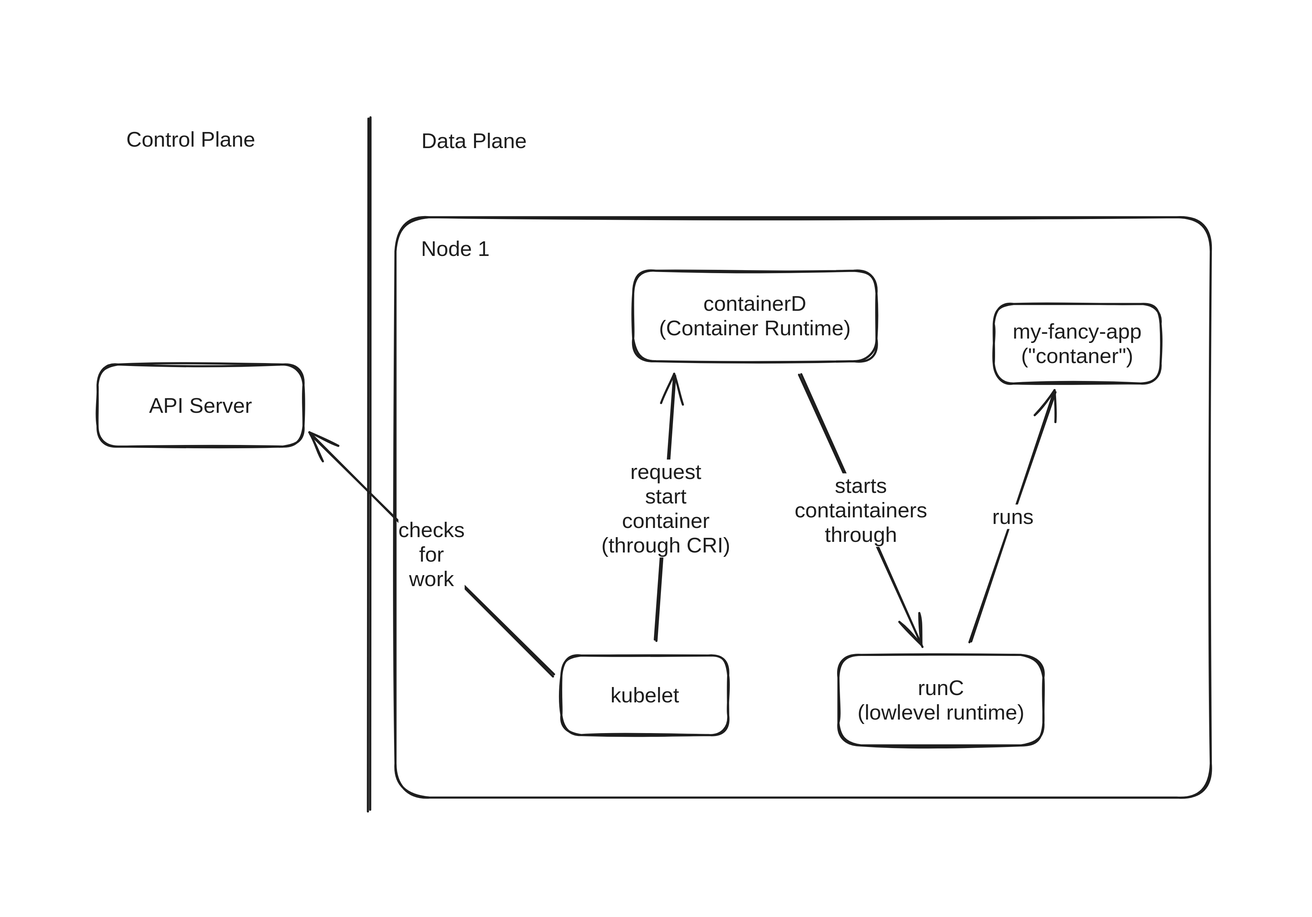
Earlier version of the Excalidraw export presentation/public/kubernetes_overview_node.excalidraw.svg (patrickpichler/beesting_talk). Source tidied: one line per element, renumbered; positions are measured from the earlier drawing's top-left corner, leaving out a move shared by most shapes. The source it was exported from:
```json
{"id": 0, "type": "line", "strokeColor": "#1e1e1e", "strokeWidth": 2, "roughness": 1, "round": true, "x": 337, "y": 102, "width": 0, "height": 650, "points": [[0, 0], [0, 650]]}
{"id": 1, "type": "text", "text": "Control Plane", "strokeColor": "#1e1e1e", "strokeWidth": 2, "roughness": 1, "fontSize": 20, "fontFamily": 2, "x": 109, "y": 110, "width": 121, "height": 23}
{"id": 2, "type": "text", "text": "Data Plane", "strokeColor": "#1e1e1e", "strokeWidth": 2, "roughness": 1, "fontSize": 20, "fontFamily": 2, "x": 386, "y": 111, "width": 99, "height": 23}
{"id": 3, "type": "rectangle", "strokeColor": "transparent", "strokeWidth": 2, "roughness": 1, "round": true, "x": 0, "y": 0, "width": 1212, "height": 841}
{"id": 4, "type": "rectangle", "strokeColor": "#1e1e1e", "strokeWidth": 2, "roughness": 1, "round": true, "x": 82, "y": 332, "width": 193, "height": 77}
{"id": 5, "type": "text", "text": "API Server", "strokeColor": "#1e1e1e", "strokeWidth": 2, "roughness": 1, "fontSize": 20, "fontFamily": 2, "textAlign": "center", "verticalAlign": "middle", "inside": 4, "x": 130, "y": 359, "width": 97, "height": 23}
{"id": 6, "type": "rectangle", "strokeColor": "#1e1e1e", "strokeWidth": 2, "roughness": 1, "round": true, "x": 362, "y": 194, "width": 766, "height": 545}
{"id": 7, "type": "text", "text": "Node 1", "strokeColor": "#1e1e1e", "strokeWidth": 2, "roughness": 1, "fontSize": 20, "fontFamily": 2, "x": 385, "y": 212, "width": 64, "height": 23}
{"id": 8, "type": "rectangle", "strokeColor": "#1e1e1e", "strokeWidth": 2, "roughness": 1, "round": true, "x": 517, "y": 606, "width": 157, "height": 75}
{"id": 9, "type": "text", "text": "kubelet", "strokeColor": "#1e1e1e", "strokeWidth": 2, "roughness": 1, "fontSize": 20, "fontFamily": 2, "textAlign": "center", "verticalAlign": "middle", "inside": 8, "x": 563, "y": 631, "width": 64, "height": 23}
{"id": 10, "type": "rectangle", "strokeColor": "#1e1e1e", "strokeWidth": 2, "roughness": 1, "round": true, "x": 923, "y": 275, "width": 157, "height": 75}
{"id": 11, "type": "text", "text": "my-fancy-app\n(\"contaner\")", "strokeColor": "#1e1e1e", "strokeWidth": 2, "roughness": 1, "fontSize": 20, "fontFamily": 2, "textAlign": "center", "verticalAlign": "middle", "inside": 10, "x": 941, "y": 290, "width": 121, "height": 46}
{"id": 12, "type": "arrow", "strokeColor": "#1e1e1e", "strokeWidth": 2, "roughness": 1, "endArrowhead": "arrow", "round": true, "from": 8, "to": 16, "x": 607, "y": 592, "width": 17, "height": 250, "points": [[0, 0], [17, -250]]}
{"id": 13, "type": "text", "text": "request\nstart\ncontainer\n(through CRI)", "strokeColor": "#1e1e1e", "strokeWidth": 2, "roughness": 1, "fontSize": 20, "fontFamily": 2, "textAlign": "center", "verticalAlign": "middle", "inside": 12, "x": 555, "y": 422, "width": 121, "height": 92}
{"id": 14, "type": "arrow", "strokeColor": "#1e1e1e", "strokeWidth": 2, "roughness": 1, "endArrowhead": "arrow", "round": true, "from": 8, "to": 4, "x": 509, "y": 624, "width": 228, "height": 227, "points": [[0, 0], [-228, -227]]}
{"id": 15, "type": "text", "text": "checks\nfor\nwork", "strokeColor": "#1e1e1e", "strokeWidth": 2, "roughness": 1, "fontSize": 20, "fontFamily": 2, "textAlign": "center", "verticalAlign": "middle", "inside": 14, "x": 364, "y": 476, "width": 62, "height": 69}
{"id": 16, "type": "rectangle", "strokeColor": "#1e1e1e", "strokeWidth": 2, "roughness": 1, "round": true, "x": 585, "y": 244, "width": 229, "height": 85}
{"id": 17, "type": "text", "text": "containerD\n(Container Runtime)", "strokeColor": "#1e1e1e", "strokeWidth": 2, "roughness": 1, "fontSize": 20, "fontFamily": 2, "textAlign": "center", "verticalAlign": "middle", "inside": 16, "x": 609, "y": 264, "width": 180, "height": 46}
{"id": 18, "type": "rectangle", "strokeColor": "#1e1e1e", "strokeWidth": 2, "roughness": 1, "round": true, "x": 778, "y": 605, "width": 193, "height": 85}
{"id": 19, "type": "text", "text": "runC\n(lowlevel runtime)", "strokeColor": "#1e1e1e", "strokeWidth": 2, "roughness": 1, "fontSize": 20, "fontFamily": 2, "textAlign": "center", "verticalAlign": "middle", "inside": 18, "x": 796, "y": 625, "width": 157, "height": 46}
{"id": 20, "type": "arrow", "strokeColor": "#1e1e1e", "strokeWidth": 2, "roughness": 1, "endArrowhead": "arrow", "round": true, "from": 18, "to": 10, "x": 902, "y": 593, "width": 80, "height": 235, "points": [[0, 0], [80, -235]]}
{"id": 21, "type": "text", "text": "runs", "strokeColor": "#1e1e1e", "strokeWidth": 2, "roughness": 1, "fontSize": 20, "fontFamily": 2, "textAlign": "center", "verticalAlign": "middle", "inside": 20, "x": 922, "y": 464, "width": 39, "height": 23}
{"id": 22, "type": "arrow", "strokeColor": "#1e1e1e", "strokeWidth": 2, "roughness": 1, "endArrowhead": "arrow", "round": true, "from": 16, "to": 18, "x": 741, "y": 341, "width": 116, "height": 256, "points": [[0, 0], [116, 256]]}
{"id": 23, "type": "text", "text": "starts\ncontaintainers\nthrough", "strokeColor": "#1e1e1e", "strokeWidth": 2, "roughness": 1, "fontSize": 20, "fontFamily": 2, "textAlign": "center", "verticalAlign": "middle", "inside": 22, "x": 736, "y": 434, "width": 125, "height": 69}
```
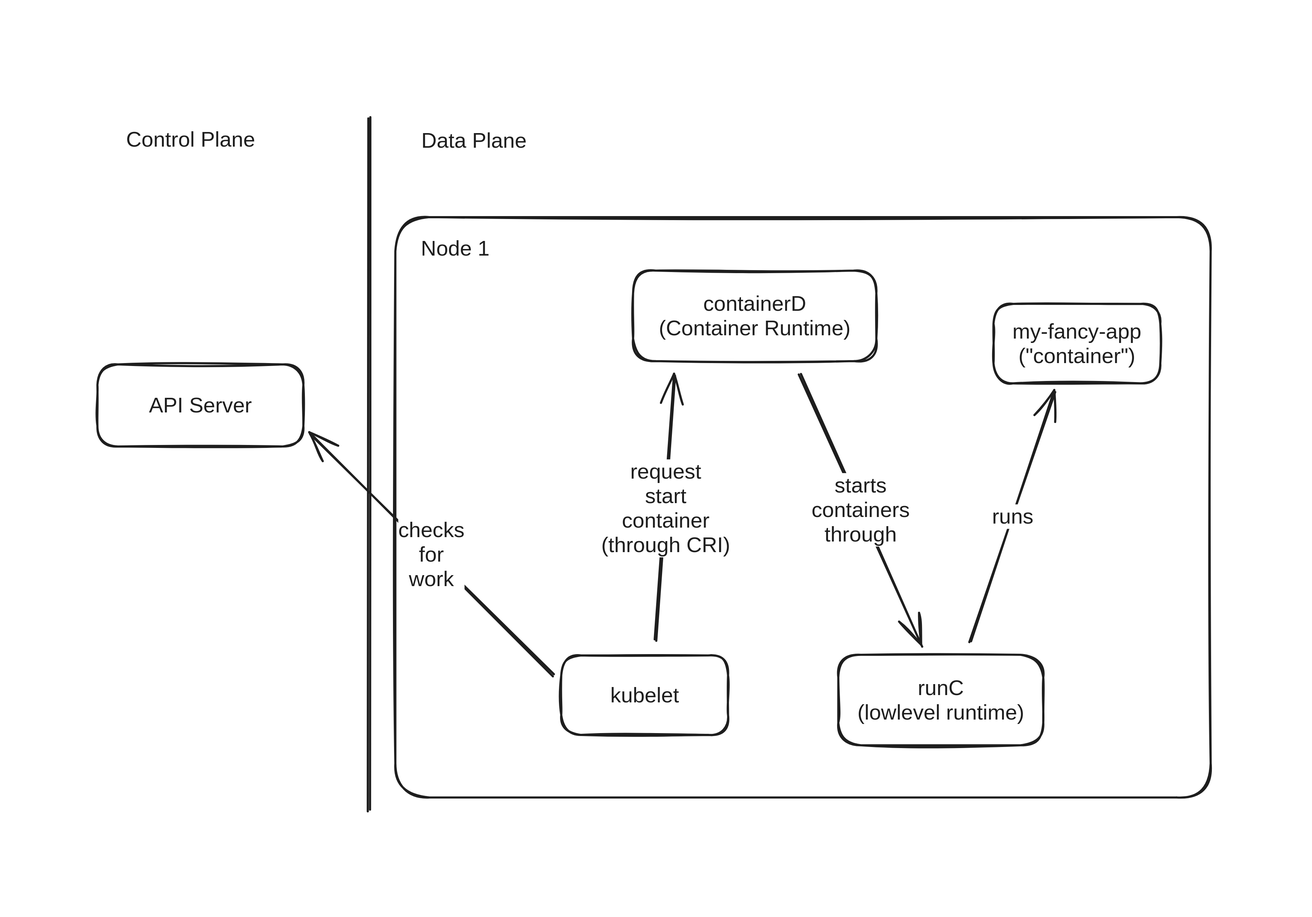
After the change.

Change to the diagram source:
```diff
@@ -9,7 +9,7 @@
 {"id": 8, "type": "rectangle", "strokeColor": "#1e1e1e", "strokeWidth": 2, "roughness": 1, "round": true, "x": 517, "y": 606, "width": 157, "height": 75}
 {"id": 9, "type": "text", "text": "kubelet", "strokeColor": "#1e1e1e", "strokeWidth": 2, "roughness": 1, "fontSize": 20, "fontFamily": 2, "textAlign": "center", "verticalAlign": "middle", "inside": 8, "x": 563, "y": 631, "width": 64, "height": 23}
 {"id": 10, "type": "rectangle", "strokeColor": "#1e1e1e", "strokeWidth": 2, "roughness": 1, "round": true, "x": 923, "y": 275, "width": 157, "height": 75}
-{"id": 11, "type": "text", "text": "my-fancy-app\n(\"contaner\")", "strokeColor": "#1e1e1e", "strokeWidth": 2, "roughness": 1, "fontSize": 20, "fontFamily": 2, "textAlign": "center", "verticalAlign": "middle", "inside": 10, "x": 941, "y": 290, "width": 121, "height": 46}
+{"id": 11, "type": "text", "text": "my-fancy-app\n(\"container\")", "strokeColor": "#1e1e1e", "strokeWidth": 2, "roughness": 1, "fontSize": 20, "fontFamily": 2, "textAlign": "center", "verticalAlign": "middle", "inside": 10, "x": 941, "y": 290, "width": 121, "height": 46}
 {"id": 12, "type": "arrow", "strokeColor": "#1e1e1e", "strokeWidth": 2, "roughness": 1, "endArrowhead": "arrow", "round": true, "from": 8, "to": 16, "x": 607, "y": 592, "width": 17, "height": 250, "points": [[0, 0], [17, -250]]}
 {"id": 13, "type": "text", "text": "request\nstart\ncontainer\n(through CRI)", "strokeColor": "#1e1e1e", "strokeWidth": 2, "roughness": 1, "fontSize": 20, "fontFamily": 2, "textAlign": "center", "verticalAlign": "middle", "inside": 12, "x": 555, "y": 422, "width": 121, "height": 92}
 {"id": 14, "type": "arrow", "strokeColor": "#1e1e1e", "strokeWidth": 2, "roughness": 1, "endArrowhead": "arrow", "round": true, "from": 8, "to": 4, "x": 509, "y": 624, "width": 228, "height": 227, "points": [[0, 0], [-228, -227]]}
@@ -21,4 +21,4 @@
 {"id": 20, "type": "arrow", "strokeColor": "#1e1e1e", "strokeWidth": 2, "roughness": 1, "endArrowhead": "arrow", "round": true, "from": 18, "to": 10, "x": 902, "y": 593, "width": 80, "height": 235, "points": [[0, 0], [80, -235]]}
 {"id": 21, "type": "text", "text": "runs", "strokeColor": "#1e1e1e", "strokeWidth": 2, "roughness": 1, "fontSize": 20, "fontFamily": 2, "textAlign": "center", "verticalAlign": "middle", "inside": 20, "x": 922, "y": 464, "width": 39, "height": 23}
 {"id": 22, "type": "arrow", "strokeColor": "#1e1e1e", "strokeWidth": 2, "roughness": 1, "endArrowhead": "arrow", "round": true, "from": 16, "to": 18, "x": 741, "y": 341, "width": 116, "height": 256, "points": [[0, 0], [116, 256]]}
-{"id": 23, "type": "text", "text": "starts\ncontaintainers\nthrough", "strokeColor": "#1e1e1e", "strokeWidth": 2, "roughness": 1, "fontSize": 20, "fontFamily": 2, "textAlign": "center", "verticalAlign": "middle", "inside": 22, "x": 736, "y": 434, "width": 125, "height": 69}
+{"id": 23, "type": "text", "text": "starts\ncontainers\nthrough", "strokeColor": "#1e1e1e", "strokeWidth": 2, "roughness": 1, "fontSize": 20, "fontFamily": 2, "textAlign": "center", "verticalAlign": "middle", "inside": 22, "x": 752, "y": 434, "width": 92, "height": 69}
```
